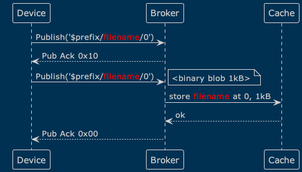
emqx/eip keeps this PlantUML diagram as active/0021-assets/flow-restart.png. Above is the earlier version.
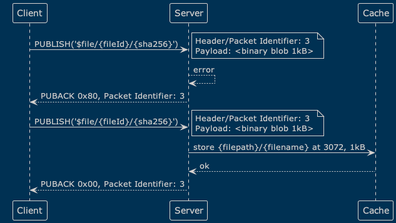
After the change.

The edit, as a diff of the source:
```diff
@@ -1,12 +1,18 @@
 @startuml
 !theme blueprint
-Device -> Broker: Publish('$prefix/<color red>filename</color>/0')
-Broker --> Device: Pub Ack 0x10
-Device -> Broker: Publish('$prefix/<color red>filename</color>/0')
+Client -> Server: PUBLISH('$file/{fileId}/{sha256}')
 note right
-<binary blob 1kB>
+Header/Packet Identifier: 3
+Payload: <binary blob 1kB>
 end note
-Broker -> Cache: store <color red>filename</color> at 0, 1kB
-Cache --> Broker: ok
-Broker --> Device: Pub Ack 0x00
+Server --> Server: error
+Server --> Client: PUBACK 0x80, Packet Identifier: 3
+Client -> Server: PUBLISH('$file/{fileId}/{sha256}')
+note right
+Header/Packet Identifier: 3
+Payload: <binary blob 1kB>
+end note
+Server -> Cache: store {filepath}/{filename} at 3072, 1kB
+Cache --> Server: ok
+Server --> Client: PUBACK 0x00, Packet Identifier: 3
 @enduml
```
